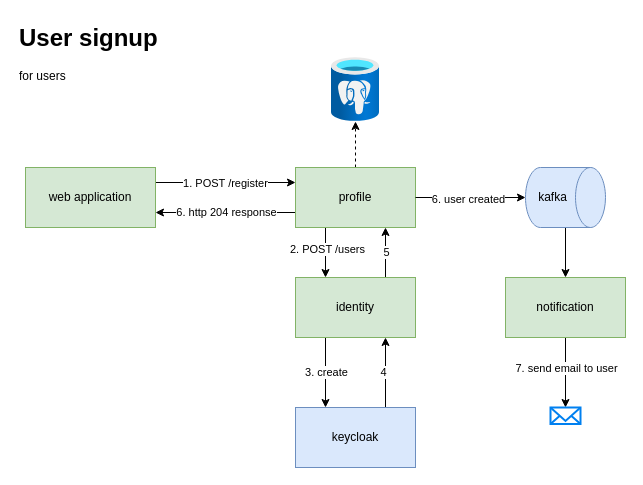
Before: workflows/user_signup.drawio in movies-albrains/.github, a draw.io diagram. Source tidied: cells renumbered, new cells numbered last; positions are measured from the earlier drawing's top-left corner, leaving out a move shared by most shapes. Both pictures are drawn from the tidied source at 100%, with x=0, y=0 at pixel (17, 17).
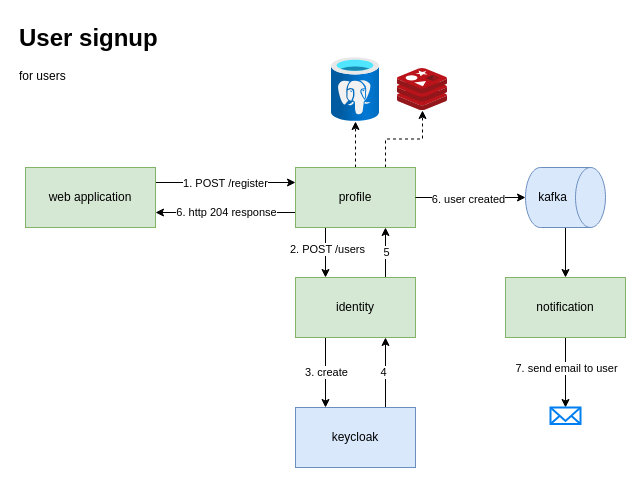
The same page after the edit.

Commit message:
Mettre à jour user_signup.drawio

Unchanged cells that the change refers to:
```xml
<mxCell id="10" value="profile" style="rounded=0;whiteSpace=wrap;html=1;fillColor=#d5e8d4;strokeColor=#82b366;" parent="1" vertex="1">
  <mxGeometry x="278" y="150" width="120" height="60" as="geometry" />
</mxCell>
```

Diff of the diagram source:
```diff
@@
+    <mxCell id="29" style="edgeStyle=orthogonalEdgeStyle;rounded=0;jettySize=auto;html=1;exitX=0.75;exitY=0;exitDx=0;exitDy=0;dashed=1;" parent="1" edge="1" source="10" target="30">
+      <mxGeometry relative="1" as="geometry" />
+    </mxCell>
@@
+    <mxCell id="30" style="image;sketch=0;html=1;points=[];align=center;fontSize=12;image=img/lib/mscae/Cache_Redis_Product.svg;" parent="1" vertex="1">
+      <mxGeometry x="380" y="51" width="50" height="42" as="geometry" />
+    </mxCell>
```
